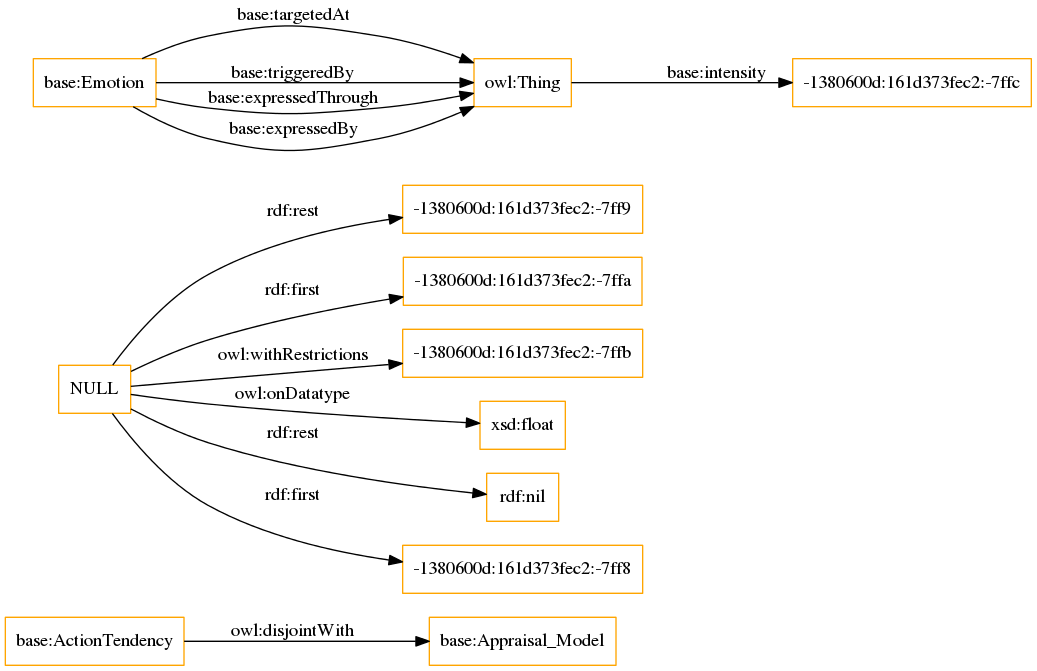
The Graphviz diagram OnToology/HEO.owl/diagrams/ar2dtool-class/HEO.owl.png in OnToologyUser/Propsed-Ontology, before a commit. Its source is kept beside it as OnToology/HEO.owl/diagrams/ar2dtool-class/HEO.owl.png.dot.
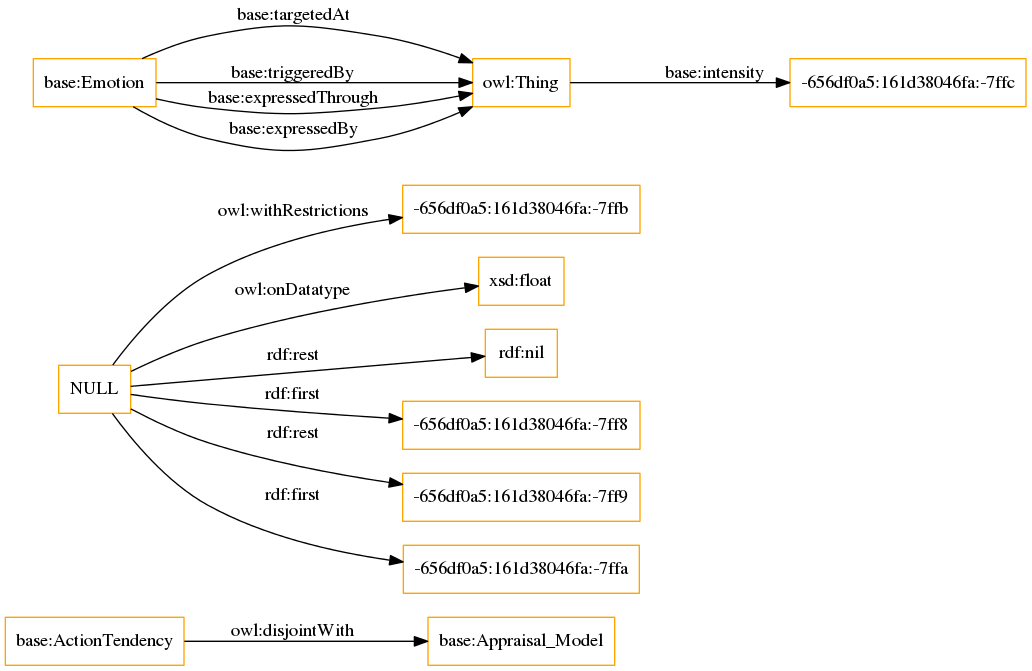
After the commit.

Change to the diagram source:
```diff
@@ -3,14 +3,14 @@
 size="1501"
 node [shape = rectangle, color="orange"]; "base:ActionTendency" "base:Appraisal_Model" ; /*classes style*/
 	"base:ActionTendency" -> "base:Appraisal_Model" [ label = "owl:disjointWith" ];
-	"NULL" -> "-1380600d:161d373fec2:-7ff9" [ label = "rdf:rest" ];
-	"NULL" -> "-1380600d:161d373fec2:-7ffa" [ label = "rdf:first" ];
-	"NULL" -> "-1380600d:161d373fec2:-7ffb" [ label = "owl:withRestrictions" ];
+	"NULL" -> "-656df0a5:161d38046fa:-7ffb" [ label = "owl:withRestrictions" ];
 	"NULL" -> "xsd:float" [ label = "owl:onDatatype" ];
 	"NULL" -> "rdf:nil" [ label = "rdf:rest" ];
-	"NULL" -> "-1380600d:161d373fec2:-7ff8" [ label = "rdf:first" ];
+	"NULL" -> "-656df0a5:161d38046fa:-7ff8" [ label = "rdf:first" ];
+	"NULL" -> "-656df0a5:161d38046fa:-7ff9" [ label = "rdf:rest" ];
+	"NULL" -> "-656df0a5:161d38046fa:-7ffa" [ label = "rdf:first" ];
 	"base:Emotion" -> "owl:Thing" [ label = "base:targetedAt" ];
-	"owl:Thing" -> "-1380600d:161d373fec2:-7ffc" [ label = "base:intensity" ];
+	"owl:Thing" -> "-656df0a5:161d38046fa:-7ffc" [ label = "base:intensity" ];
 	"base:Emotion" -> "owl:Thing" [ label = "base:triggeredBy" ];
 	"base:Emotion" -> "owl:Thing" [ label = "base:expressedThrough" ];
 	"base:Emotion" -> "owl:Thing" [ label = "base:expressedBy" ];
```
